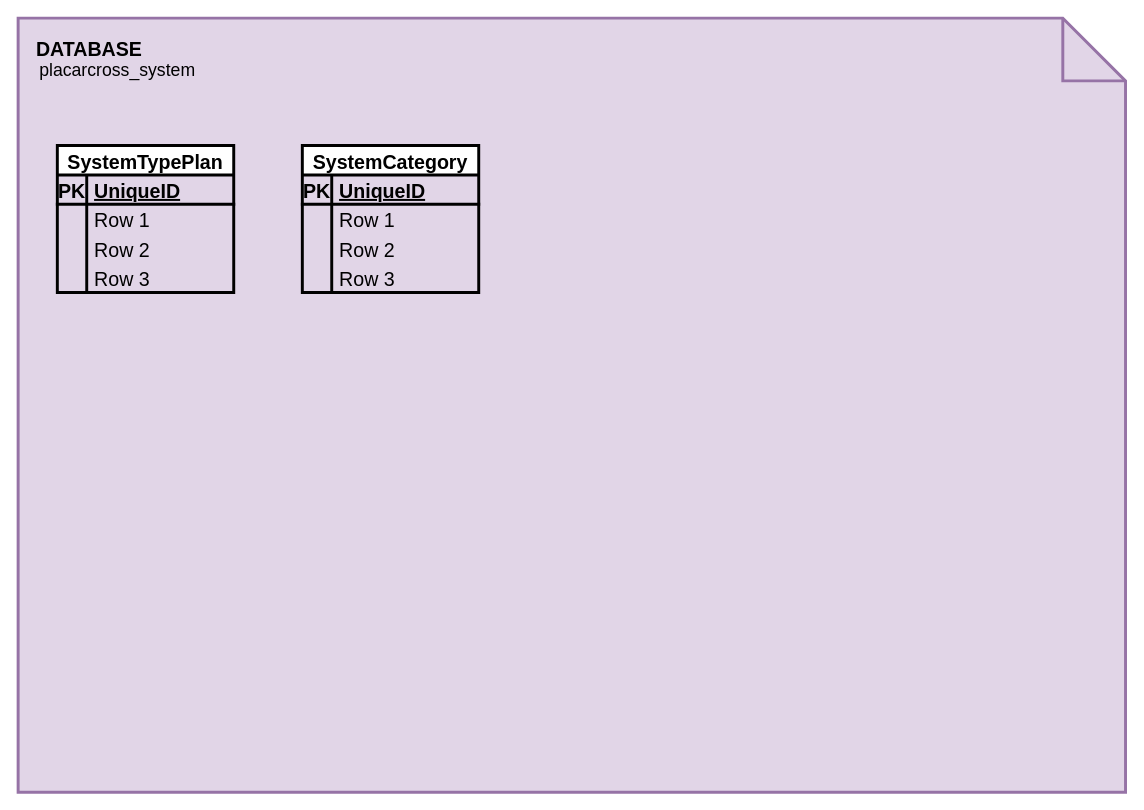
The draw.io diagram page "DB - SYSTEM" (4 of 4) of relacionamento.drawio in sandromaia87/crossfit, before the edit. Source tidied: cells renumbered, new cells numbered last; positions are measured from the earlier drawing's top-left corner, leaving out a move shared by most shapes. Both pictures are drawn from the tidied source at 98%, with x=0, y=0 at pixel (18, 18).
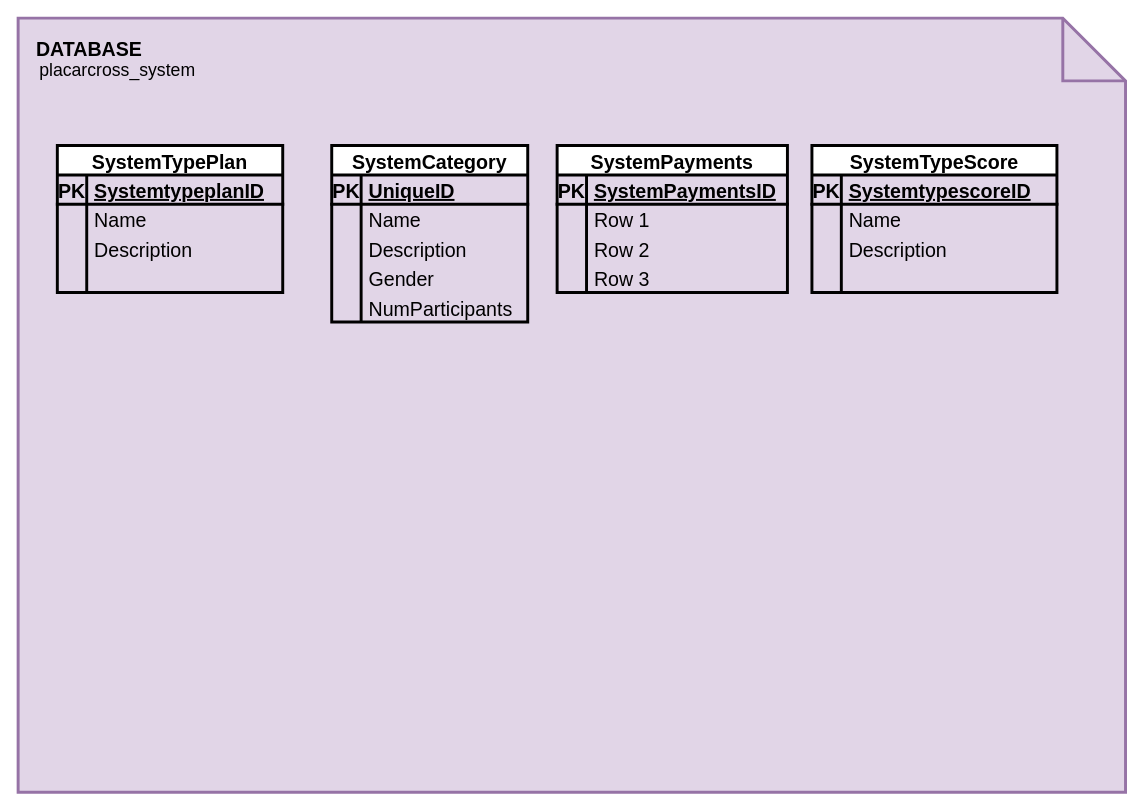
The same page after the edit.

What changed in the source:
```diff
@@
     <mxCell id="3" value="SystemTypePlan" style="shape=table;startSize=30;childLayout=tableLayout;rowLines=0;fontStyle=1;align=center;strokeWidth=3;fontSize=20;gradientColor=none;" parent="1" vertex="1">
-      <mxGeometry x="40" y="130" width="180" height="150" as="geometry" />
+      <mxGeometry x="40" y="130" width="230" height="150" as="geometry" />
     </mxCell>
     <mxCell id="4" style="shape=tableRow;horizontal=0;startSize=0;swimlaneHead=0;swimlaneBody=0;fillColor=none;top=0;left=0;right=0;bottom=1;strokeWidth=3;fontSize=20;" parent="3" vertex="1">
-      <mxGeometry y="30" width="180" height="30" as="geometry" />
+      <mxGeometry y="30" width="230" height="30" as="geometry" />
     </mxCell>
@@
-    <mxCell id="6" value="UniqueID" style="shape=partialRectangle;fillColor=none;top=0;left=0;bottom=0;right=0;align=left;spacingLeft=6;fontStyle=5;overflow=hidden;strokeWidth=3;fontSize=20;" parent="4" vertex="1">
-      <mxGeometry x="30" width="150" height="30" as="geometry" />
+    <mxCell id="6" value="SystemtypeplanID" style="shape=partialRectangle;fillColor=none;top=0;left=0;bottom=0;right=0;align=left;spacingLeft=6;fontStyle=5;overflow=hidden;strokeWidth=3;fontSize=20;" parent="4" vertex="1">
+      <mxGeometry x="30" width="200" height="30" as="geometry" />
     </mxCell>
     <mxCell id="7" style="shape=tableRow;horizontal=0;startSize=0;swimlaneHead=0;swimlaneBody=0;fillColor=none;top=0;left=0;right=0;bottom=0;strokeWidth=3;fontSize=20;" parent="3" vertex="1">
-      <mxGeometry y="60" width="180" height="30" as="geometry" />
+      <mxGeometry y="60" width="230" height="30" as="geometry" />
     </mxCell>
@@
-    <mxCell id="9" value="Row 1" style="shape=partialRectangle;fillColor=none;top=0;left=0;bottom=0;right=0;align=left;spacingLeft=6;overflow=hidden;strokeWidth=3;fontSize=20;" parent="7" vertex="1">
-      <mxGeometry x="30" width="150" height="30" as="geometry" />
+    <mxCell id="9" value="Name" style="shape=partialRectangle;fillColor=none;top=0;left=0;bottom=0;right=0;align=left;spacingLeft=6;overflow=hidden;strokeWidth=3;fontSize=20;" parent="7" vertex="1">
+      <mxGeometry x="30" width="200" height="30" as="geometry" />
     </mxCell>
     <mxCell id="10" style="shape=tableRow;horizontal=0;startSize=0;swimlaneHead=0;swimlaneBody=0;fillColor=none;top=0;left=0;right=0;bottom=0;strokeWidth=3;fontSize=20;" parent="3" vertex="1">
-      <mxGeometry y="90" width="180" height="30" as="geometry" />
+      <mxGeometry y="90" width="230" height="30" as="geometry" />
     </mxCell>
@@
-    <mxCell id="12" value="Row 2" style="shape=partialRectangle;fillColor=none;top=0;left=0;bottom=0;right=0;align=left;spacingLeft=6;overflow=hidden;strokeWidth=3;fontSize=20;" parent="10" vertex="1">
-      <mxGeometry x="30" width="150" height="30" as="geometry" />
+    <mxCell id="12" value="Description" style="shape=partialRectangle;fillColor=none;top=0;left=0;bottom=0;right=0;align=left;spacingLeft=6;overflow=hidden;strokeWidth=3;fontSize=20;" parent="10" vertex="1">
+      <mxGeometry x="30" width="200" height="30" as="geometry" />
     </mxCell>
     <mxCell id="13" style="shape=tableRow;horizontal=0;startSize=0;swimlaneHead=0;swimlaneBody=0;fillColor=none;top=0;left=0;right=0;bottom=0;strokeWidth=3;fontSize=20;" parent="3" vertex="1">
-      <mxGeometry y="120" width="180" height="30" as="geometry" />
+      <mxGeometry y="120" width="230" height="30" as="geometry" />
     </mxCell>
@@
-    <mxCell id="15" value="Row 3" style="shape=partialRectangle;fillColor=none;top=0;left=0;bottom=0;right=0;align=left;spacingLeft=6;overflow=hidden;strokeWidth=3;fontSize=20;" parent="13" vertex="1">
-      <mxGeometry x="30" width="150" height="30" as="geometry" />
+    <mxCell id="15" style="shape=partialRectangle;fillColor=none;top=0;left=0;bottom=0;right=0;align=left;spacingLeft=6;overflow=hidden;strokeWidth=3;fontSize=20;" parent="13" vertex="1">
+      <mxGeometry x="30" width="200" height="30" as="geometry" />
     </mxCell>
     <mxCell id="16" value="SystemCategory" style="shape=table;startSize=30;childLayout=tableLayout;rowLines=0;fontStyle=1;align=center;strokeWidth=3;fontSize=20;gradientColor=none;" parent="1" vertex="1">
-      <mxGeometry x="290" y="130" width="180" height="150" as="geometry" />
+      <mxGeometry x="320" y="130" width="200" height="180" as="geometry" />
     </mxCell>
     <mxCell id="17" style="shape=tableRow;horizontal=0;startSize=0;swimlaneHead=0;swimlaneBody=0;fillColor=none;top=0;left=0;right=0;bottom=1;strokeWidth=3;fontSize=20;" parent="16" vertex="1">
-      <mxGeometry y="30" width="180" height="30" as="geometry" />
+      <mxGeometry y="30" width="200" height="30" as="geometry" />
     </mxCell>
@@
     <mxCell id="19" value="UniqueID" style="shape=partialRectangle;fillColor=none;top=0;left=0;bottom=0;right=0;align=left;spacingLeft=6;fontStyle=5;overflow=hidden;strokeWidth=3;fontSize=20;" parent="17" vertex="1">
-      <mxGeometry x="30" width="150" height="30" as="geometry" />
+      <mxGeometry x="30" width="170" height="30" as="geometry" />
     </mxCell>
     <mxCell id="20" style="shape=tableRow;horizontal=0;startSize=0;swimlaneHead=0;swimlaneBody=0;fillColor=none;top=0;left=0;right=0;bottom=0;strokeWidth=3;fontSize=20;" parent="16" vertex="1">
-      <mxGeometry y="60" width="180" height="30" as="geometry" />
+      <mxGeometry y="60" width="200" height="30" as="geometry" />
     </mxCell>
@@
-    <mxCell id="22" value="Row 1" style="shape=partialRectangle;fillColor=none;top=0;left=0;bottom=0;right=0;align=left;spacingLeft=6;overflow=hidden;strokeWidth=3;fontSize=20;" parent="20" vertex="1">
-      <mxGeometry x="30" width="150" height="30" as="geometry" />
+    <mxCell id="22" value="Name" style="shape=partialRectangle;fillColor=none;top=0;left=0;bottom=0;right=0;align=left;spacingLeft=6;overflow=hidden;strokeWidth=3;fontSize=20;" parent="20" vertex="1">
+      <mxGeometry x="30" width="170" height="30" as="geometry" />
     </mxCell>
     <mxCell id="23" style="shape=tableRow;horizontal=0;startSize=0;swimlaneHead=0;swimlaneBody=0;fillColor=none;top=0;left=0;right=0;bottom=0;strokeWidth=3;fontSize=20;" parent="16" vertex="1">
-      <mxGeometry y="90" width="180" height="30" as="geometry" />
+      <mxGeometry y="90" width="200" height="30" as="geometry" />
     </mxCell>
@@
-    <mxCell id="25" value="Row 2" style="shape=partialRectangle;fillColor=none;top=0;left=0;bottom=0;right=0;align=left;spacingLeft=6;overflow=hidden;strokeWidth=3;fontSize=20;" parent="23" vertex="1">
-      <mxGeometry x="30" width="150" height="30" as="geometry" />
+    <mxCell id="25" value="Description" style="shape=partialRectangle;fillColor=none;top=0;left=0;bottom=0;right=0;align=left;spacingLeft=6;overflow=hidden;strokeWidth=3;fontSize=20;" parent="23" vertex="1">
+      <mxGeometry x="30" width="170" height="30" as="geometry" />
     </mxCell>
     <mxCell id="26" style="shape=tableRow;horizontal=0;startSize=0;swimlaneHead=0;swimlaneBody=0;fillColor=none;top=0;left=0;right=0;bottom=0;strokeWidth=3;fontSize=20;" parent="16" vertex="1">
-      <mxGeometry y="120" width="180" height="30" as="geometry" />
+      <mxGeometry y="120" width="200" height="30" as="geometry" />
     </mxCell>
@@
-    <mxCell id="28" value="Row 3" style="shape=partialRectangle;fillColor=none;top=0;left=0;bottom=0;right=0;align=left;spacingLeft=6;overflow=hidden;strokeWidth=3;fontSize=20;" parent="26" vertex="1">
-      <mxGeometry x="30" width="150" height="30" as="geometry" />
+    <mxCell id="28" value="Gender" style="shape=partialRectangle;fillColor=none;top=0;left=0;bottom=0;right=0;align=left;spacingLeft=6;overflow=hidden;strokeWidth=3;fontSize=20;" parent="26" vertex="1">
+      <mxGeometry x="30" width="170" height="30" as="geometry" />
     </mxCell>
+    <mxCell id="29" style="shape=tableRow;horizontal=0;startSize=0;swimlaneHead=0;swimlaneBody=0;fillColor=none;top=0;left=0;right=0;bottom=0;strokeWidth=3;fontSize=20;" parent="16" vertex="1">
+      <mxGeometry y="150" width="200" height="30" as="geometry" />
+    </mxCell>
+    <mxCell id="30" style="shape=partialRectangle;fillColor=none;top=0;left=0;bottom=0;right=0;overflow=hidden;strokeWidth=3;fontSize=20;" parent="29" vertex="1">
+      <mxGeometry width="30" height="30" as="geometry" />
+    </mxCell>
+    <mxCell id="31" value="NumParticipants" style="shape=partialRectangle;fillColor=none;top=0;left=0;bottom=0;right=0;align=left;spacingLeft=6;overflow=hidden;strokeWidth=3;fontSize=20;" parent="29" vertex="1">
+      <mxGeometry x="30" width="170" height="30" as="geometry" />
+    </mxCell>
+    <mxCell id="32" value="SystemPayments" style="shape=table;startSize=30;childLayout=tableLayout;rowLines=0;fontStyle=1;align=center;strokeWidth=3;fontSize=20;gradientColor=none;" parent="1" vertex="1">
+      <mxGeometry x="550" y="130" width="235" height="150" as="geometry" />
+    </mxCell>
+    <mxCell id="33" style="shape=tableRow;horizontal=0;startSize=0;swimlaneHead=0;swimlaneBody=0;fillColor=none;top=0;left=0;right=0;bottom=1;strokeWidth=3;fontSize=20;" parent="32" vertex="1">
+      <mxGeometry y="30" width="235" height="30" as="geometry" />
+    </mxCell>
+    <mxCell id="34" value="PK" style="shape=partialRectangle;fillColor=none;top=0;left=0;bottom=0;right=0;fontStyle=1;overflow=hidden;strokeWidth=3;fontSize=20;" parent="33" vertex="1">
+      <mxGeometry width="30" height="30" as="geometry" />
+    </mxCell>
+    <mxCell id="35" value="SystemPaymentsID" style="shape=partialRectangle;fillColor=none;top=0;left=0;bottom=0;right=0;align=left;spacingLeft=6;fontStyle=5;overflow=hidden;strokeWidth=3;fontSize=20;" parent="33" vertex="1">
+      <mxGeometry x="30" width="205" height="30" as="geometry" />
+    </mxCell>
+    <mxCell id="36" style="shape=tableRow;horizontal=0;startSize=0;swimlaneHead=0;swimlaneBody=0;fillColor=none;top=0;left=0;right=0;bottom=0;strokeWidth=3;fontSize=20;" parent="32" vertex="1">
+      <mxGeometry y="60" width="235" height="30" as="geometry" />
+    </mxCell>
+    <mxCell id="37" style="shape=partialRectangle;fillColor=none;top=0;left=0;bottom=0;right=0;overflow=hidden;strokeWidth=3;fontSize=20;" parent="36" vertex="1">
+      <mxGeometry width="30" height="30" as="geometry" />
+    </mxCell>
+    <mxCell id="38" value="Row 1" style="shape=partialRectangle;fillColor=none;top=0;left=0;bottom=0;right=0;align=left;spacingLeft=6;overflow=hidden;strokeWidth=3;fontSize=20;" parent="36" vertex="1">
+      <mxGeometry x="30" width="205" height="30" as="geometry" />
+    </mxCell>
+    <mxCell id="39" style="shape=tableRow;horizontal=0;startSize=0;swimlaneHead=0;swimlaneBody=0;fillColor=none;top=0;left=0;right=0;bottom=0;strokeWidth=3;fontSize=20;" parent="32" vertex="1">
+      <mxGeometry y="90" width="235" height="30" as="geometry" />
+    </mxCell>
+    <mxCell id="40" style="shape=partialRectangle;fillColor=none;top=0;left=0;bottom=0;right=0;overflow=hidden;strokeWidth=3;fontSize=20;" parent="39" vertex="1">
+      <mxGeometry width="30" height="30" as="geometry" />
+    </mxCell>
+    <mxCell id="41" value="Row 2" style="shape=partialRectangle;fillColor=none;top=0;left=0;bottom=0;right=0;align=left;spacingLeft=6;overflow=hidden;strokeWidth=3;fontSize=20;" parent="39" vertex="1">
+      <mxGeometry x="30" width="205" height="30" as="geometry" />
+    </mxCell>
+    <mxCell id="42" style="shape=tableRow;horizontal=0;startSize=0;swimlaneHead=0;swimlaneBody=0;fillColor=none;top=0;left=0;right=0;bottom=0;strokeWidth=3;fontSize=20;" parent="32" vertex="1">
+      <mxGeometry y="120" width="235" height="30" as="geometry" />
+    </mxCell>
+    <mxCell id="43" style="shape=partialRectangle;fillColor=none;top=0;left=0;bottom=0;right=0;overflow=hidden;strokeWidth=3;fontSize=20;" parent="42" vertex="1">
+      <mxGeometry width="30" height="30" as="geometry" />
+    </mxCell>
+    <mxCell id="44" value="Row 3" style="shape=partialRectangle;fillColor=none;top=0;left=0;bottom=0;right=0;align=left;spacingLeft=6;overflow=hidden;strokeWidth=3;fontSize=20;" parent="42" vertex="1">
+      <mxGeometry x="30" width="205" height="30" as="geometry" />
+    </mxCell>
+    <mxCell id="45" value="SystemTypeScore" style="shape=table;startSize=30;childLayout=tableLayout;rowLines=0;fontStyle=1;align=center;strokeWidth=3;fontSize=20;gradientColor=none;" parent="1" vertex="1">
+      <mxGeometry x="810" y="130" width="250" height="150" as="geometry" />
+    </mxCell>
+    <mxCell id="46" style="shape=tableRow;horizontal=0;startSize=0;swimlaneHead=0;swimlaneBody=0;fillColor=none;top=0;left=0;right=0;bottom=1;strokeWidth=3;fontSize=20;" parent="45" vertex="1">
+      <mxGeometry y="30" width="250" height="30" as="geometry" />
+    </mxCell>
+    <mxCell id="47" value="PK" style="shape=partialRectangle;fillColor=none;top=0;left=0;bottom=0;right=0;fontStyle=1;overflow=hidden;strokeWidth=3;fontSize=20;" parent="46" vertex="1">
+      <mxGeometry width="30" height="30" as="geometry" />
+    </mxCell>
+    <mxCell id="48" value="SystemtypescoreID" style="shape=partialRectangle;fillColor=none;top=0;left=0;bottom=0;right=0;align=left;spacingLeft=6;fontStyle=5;overflow=hidden;strokeWidth=3;fontSize=20;" parent="46" vertex="1">
+      <mxGeometry x="30" width="220" height="30" as="geometry" />
+    </mxCell>
+    <mxCell id="49" style="shape=tableRow;horizontal=0;startSize=0;swimlaneHead=0;swimlaneBody=0;fillColor=none;top=0;left=0;right=0;bottom=0;strokeWidth=3;fontSize=20;" parent="45" vertex="1">
+      <mxGeometry y="60" width="250" height="30" as="geometry" />
+    </mxCell>
+    <mxCell id="50" style="shape=partialRectangle;fillColor=none;top=0;left=0;bottom=0;right=0;overflow=hidden;strokeWidth=3;fontSize=20;" parent="49" vertex="1">
+      <mxGeometry width="30" height="30" as="geometry" />
+    </mxCell>
+    <mxCell id="51" value="Name" style="shape=partialRectangle;fillColor=none;top=0;left=0;bottom=0;right=0;align=left;spacingLeft=6;overflow=hidden;strokeWidth=3;fontSize=20;" parent="49" vertex="1">
+      <mxGeometry x="30" width="220" height="30" as="geometry" />
+    </mxCell>
+    <mxCell id="52" style="shape=tableRow;horizontal=0;startSize=0;swimlaneHead=0;swimlaneBody=0;fillColor=none;top=0;left=0;right=0;bottom=0;strokeWidth=3;fontSize=20;" parent="45" vertex="1">
+      <mxGeometry y="90" width="250" height="30" as="geometry" />
+    </mxCell>
+    <mxCell id="53" style="shape=partialRectangle;fillColor=none;top=0;left=0;bottom=0;right=0;overflow=hidden;strokeWidth=3;fontSize=20;" parent="52" vertex="1">
+      <mxGeometry width="30" height="30" as="geometry" />
+    </mxCell>
+    <mxCell id="54" value="Description" style="shape=partialRectangle;fillColor=none;top=0;left=0;bottom=0;right=0;align=left;spacingLeft=6;overflow=hidden;strokeWidth=3;fontSize=20;" parent="52" vertex="1">
+      <mxGeometry x="30" width="220" height="30" as="geometry" />
+    </mxCell>
+    <mxCell id="55" style="shape=tableRow;horizontal=0;startSize=0;swimlaneHead=0;swimlaneBody=0;fillColor=none;top=0;left=0;right=0;bottom=0;strokeWidth=3;fontSize=20;" parent="45" vertex="1">
+      <mxGeometry y="120" width="250" height="30" as="geometry" />
+    </mxCell>
+    <mxCell id="56" style="shape=partialRectangle;fillColor=none;top=0;left=0;bottom=0;right=0;overflow=hidden;strokeWidth=3;fontSize=20;" parent="55" vertex="1">
+      <mxGeometry width="30" height="30" as="geometry" />
+    </mxCell>
+    <mxCell id="57" style="shape=partialRectangle;fillColor=none;top=0;left=0;bottom=0;right=0;align=left;spacingLeft=6;overflow=hidden;strokeWidth=3;fontSize=20;" parent="55" vertex="1">
+      <mxGeometry x="30" width="220" height="30" as="geometry" />
+    </mxCell>
```
